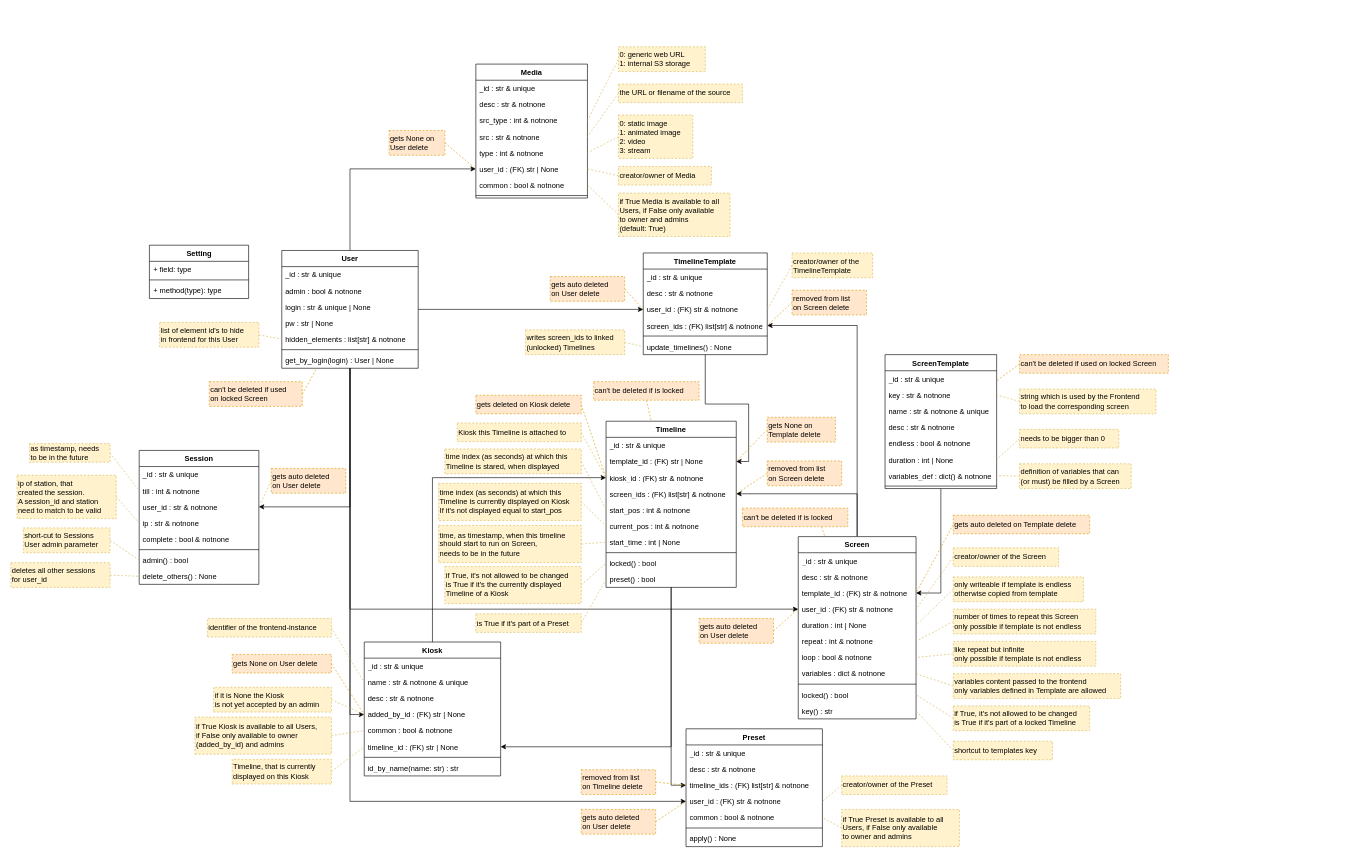
Earlier version of the draw.io diagram docs/elements.drawio (nlptournament/nlpt-kiosk). Source tidied: cells renumbered, new cells numbered last; positions are measured from the earlier drawing's top-left corner, leaving out a move shared by most shapes. Both pictures are drawn from the tidied source at 62%, with x=0, y=0 at pixel (11, 46).
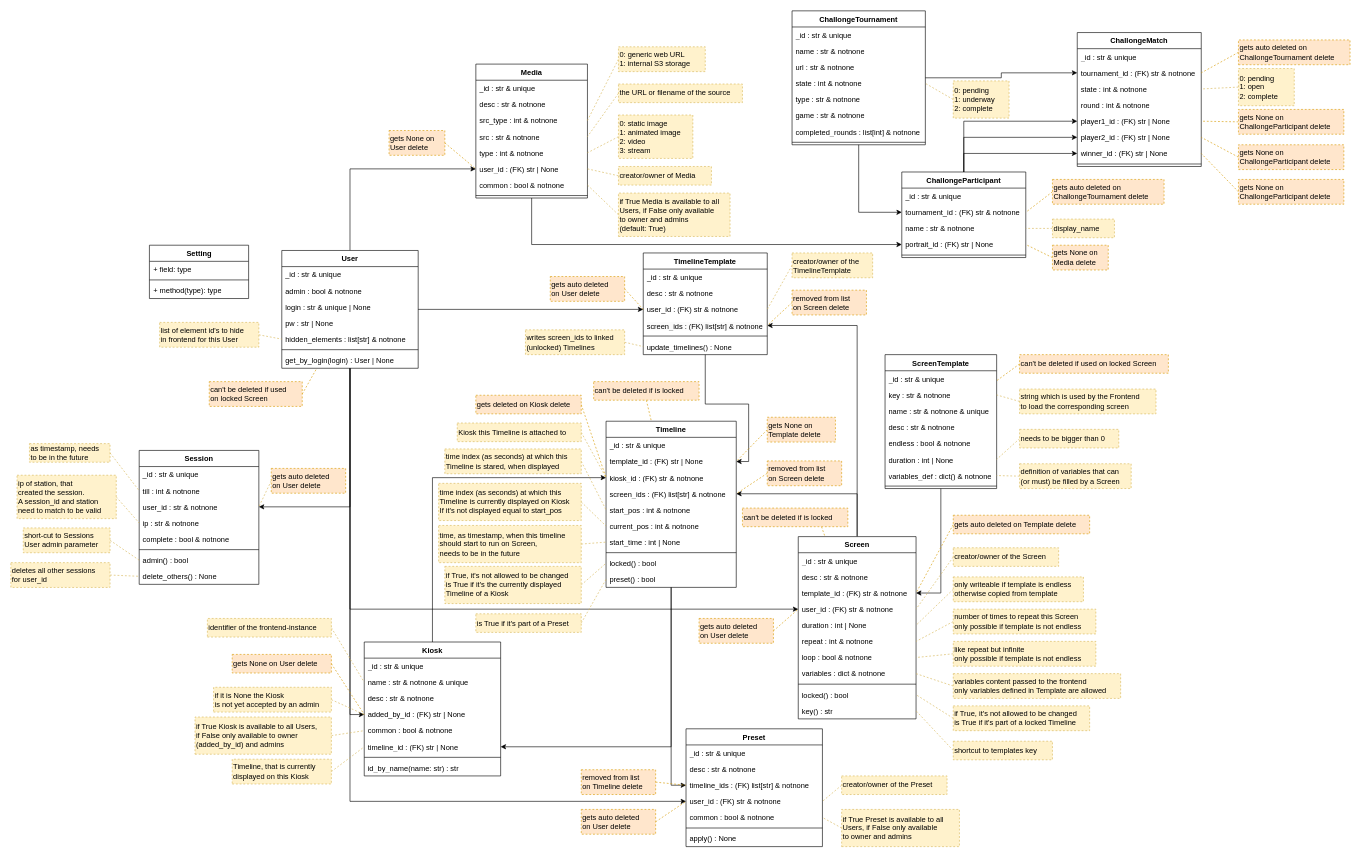
Above is the later version.

Commit message:
Challonge Elements designed

Unchanged cells that the change refers to:
```xml
<mxCell id="178" value="Media" style="swimlane;fontStyle=1;align=center;verticalAlign=top;horizontal=1;startSize=26;whiteSpace=wrap;html=1;" parent="1" vertex="1">
  <mxGeometry x="750" y="27.9" width="180" height="216" as="geometry" />
</mxCell>
```

Diff of the diagram source:
```diff
@@
+    <mxCell id="201" style="edgeStyle=orthogonalEdgeStyle;rounded=0;jettySize=auto;html=1;" parent="1" edge="1" source="178" target="208">
+      <mxGeometry relative="1" as="geometry" />
+    </mxCell>
@@
+    <mxCell id="202" style="edgeStyle=orthogonalEdgeStyle;rounded=0;jettySize=auto;html=1;" parent="1" edge="1" source="204" target="226">
+      <mxGeometry relative="1" as="geometry" />
+    </mxCell>
+    <mxCell id="203" style="edgeStyle=orthogonalEdgeStyle;rounded=0;jettySize=auto;html=1;" parent="1" edge="1" source="204" target="228">
+      <mxGeometry relative="1" as="geometry" />
+    </mxCell>
+    <mxCell id="204" value="ChallongeParticipant" style="swimlane;fontStyle=1;align=center;verticalAlign=top;horizontal=1;startSize=26;whiteSpace=wrap;html=1;" parent="1" vertex="1">
+      <mxGeometry x="1437" y="201.9" width="200" height="138" as="geometry" />
+    </mxCell>
+    <mxCell id="205" value="_id : str &amp;amp; unique" style="text;strokeColor=none;fillColor=none;align=left;verticalAlign=top;spacingLeft=4;spacingRight=4;overflow=hidden;whiteSpace=wrap;html=1;" parent="204" vertex="1">
+      <mxGeometry y="26" width="200" height="26" as="geometry" />
+    </mxCell>
+    <mxCell id="206" value="tournament_id&lt;span style=&quot;background-color: initial;&quot;&gt;&amp;nbsp;: (FK) str &amp;amp; notnone&lt;/span&gt;" style="text;strokeColor=none;fillColor=none;align=left;verticalAlign=top;spacingLeft=4;spacingRight=4;overflow=hidden;points=[[0,0.5],[1,0.5]];portConstraint=eastwest;whiteSpace=wrap;html=1;" parent="204" vertex="1">
+      <mxGeometry y="52" width="200" height="26" as="geometry" />
+    </mxCell>
+    <mxCell id="207" value="&lt;span style=&quot;background-color: initial;&quot;&gt;name : str &amp;amp; notnone&lt;/span&gt;" style="text;strokeColor=none;fillColor=none;align=left;verticalAlign=top;spacingLeft=4;spacingRight=4;overflow=hidden;points=[[0,0.5],[1,0.5]];portConstraint=eastwest;whiteSpace=wrap;html=1;" parent="204" vertex="1">
+      <mxGeometry y="78" width="200" height="26" as="geometry" />
+    </mxCell>
+    <mxCell id="208" value="&lt;span style=&quot;background-color: initial;&quot;&gt;portrait_id : (FK) str | None&lt;/span&gt;" style="text;strokeColor=none;fillColor=none;align=left;verticalAlign=top;spacingLeft=4;spacingRight=4;overflow=hidden;points=[[0,0.5],[1,0.5]];portConstraint=eastwest;whiteSpace=wrap;html=1;" parent="204" vertex="1">
+      <mxGeometry y="104" width="200" height="26" as="geometry" />
+    </mxCell>
+    <mxCell id="209" style="line;strokeWidth=1;fillColor=none;align=left;verticalAlign=middle;spacingTop=-1;spacingLeft=3;spacingRight=3;labelPosition=right;strokeColor=inherit;" parent="204" vertex="1">
+      <mxGeometry y="130" width="200" height="8" as="geometry" />
+    </mxCell>
+    <mxCell id="210" style="edgeStyle=orthogonalEdgeStyle;rounded=0;jettySize=auto;html=1;" parent="1" edge="1" source="212" target="206">
+      <mxGeometry relative="1" as="geometry" />
+    </mxCell>
+    <mxCell id="211" style="edgeStyle=orthogonalEdgeStyle;rounded=0;jettySize=auto;html=1;" parent="1" edge="1" source="212" target="223">
+      <mxGeometry relative="1" as="geometry" />
+    </mxCell>
+    <mxCell id="212" value="ChallongeTournament" style="swimlane;fontStyle=1;align=center;verticalAlign=top;horizontal=1;startSize=26;whiteSpace=wrap;html=1;" parent="1" vertex="1">
+      <mxGeometry x="1260" y="-58" width="215" height="216" as="geometry" />
+    </mxCell>
+    <mxCell id="213" value="_id : str &amp;amp; unique" style="text;strokeColor=none;fillColor=none;align=left;verticalAlign=top;spacingLeft=4;spacingRight=4;overflow=hidden;whiteSpace=wrap;html=1;" parent="212" vertex="1">
+      <mxGeometry y="26" width="215" height="26" as="geometry" />
+    </mxCell>
+    <mxCell id="214" value="name : str &amp;amp; notnone" style="text;strokeColor=none;fillColor=none;align=left;verticalAlign=top;spacingLeft=4;spacingRight=4;overflow=hidden;whiteSpace=wrap;html=1;" parent="212" vertex="1">
+      <mxGeometry y="52" width="215" height="26" as="geometry" />
+    </mxCell>
+    <mxCell id="215" value="url&lt;span style=&quot;background-color: initial;&quot;&gt;&amp;nbsp;: str &amp;amp; notnone&lt;/span&gt;" style="text;strokeColor=none;fillColor=none;align=left;verticalAlign=top;spacingLeft=4;spacingRight=4;overflow=hidden;whiteSpace=wrap;html=1;" parent="212" vertex="1">
+      <mxGeometry y="78" width="215" height="26" as="geometry" />
+    </mxCell>
+    <mxCell id="216" value="&lt;span style=&quot;background-color: initial;&quot;&gt;state : int &amp;amp; notnone&lt;/span&gt;" style="text;strokeColor=none;fillColor=none;align=left;verticalAlign=top;spacingLeft=4;spacingRight=4;overflow=hidden;points=[[0,0.5],[1,0.5]];portConstraint=eastwest;whiteSpace=wrap;html=1;" parent="212" vertex="1">
+      <mxGeometry y="104" width="215" height="26" as="geometry" />
+    </mxCell>
+    <mxCell id="217" value="&lt;span style=&quot;background-color: initial;&quot;&gt;type : str &amp;amp; notnone&lt;/span&gt;" style="text;strokeColor=none;fillColor=none;align=left;verticalAlign=top;spacingLeft=4;spacingRight=4;overflow=hidden;whiteSpace=wrap;html=1;" parent="212" vertex="1">
+      <mxGeometry y="130" width="215" height="26" as="geometry" />
+    </mxCell>
+    <mxCell id="218" value="&lt;span style=&quot;background-color: initial;&quot;&gt;game : str &amp;amp; notnone&lt;/span&gt;" style="text;strokeColor=none;fillColor=none;align=left;verticalAlign=top;spacingLeft=4;spacingRight=4;overflow=hidden;whiteSpace=wrap;html=1;" parent="212" vertex="1">
+      <mxGeometry y="156" width="215" height="26" as="geometry" />
+    </mxCell>
+    <mxCell id="219" value="&lt;span style=&quot;background-color: initial;&quot;&gt;completed_rounds : list[int] &amp;amp; notnone&lt;/span&gt;" style="text;strokeColor=none;fillColor=none;align=left;verticalAlign=top;spacingLeft=4;spacingRight=4;overflow=hidden;whiteSpace=wrap;html=1;" parent="212" vertex="1">
+      <mxGeometry y="182" width="215" height="26" as="geometry" />
+    </mxCell>
+    <mxCell id="220" style="line;strokeWidth=1;fillColor=none;align=left;verticalAlign=middle;spacingTop=-1;spacingLeft=3;spacingRight=3;labelPosition=right;strokeColor=inherit;" parent="212" vertex="1">
+      <mxGeometry y="208" width="215" height="8" as="geometry" />
+    </mxCell>
+    <mxCell id="221" value="ChallongeMatch" style="swimlane;fontStyle=1;align=center;verticalAlign=top;horizontal=1;startSize=26;whiteSpace=wrap;html=1;" parent="1" vertex="1">
+      <mxGeometry x="1720" y="-23" width="200" height="216" as="geometry" />
+    </mxCell>
+    <mxCell id="222" value="_id : str &amp;amp; unique" style="text;strokeColor=none;fillColor=none;align=left;verticalAlign=top;spacingLeft=4;spacingRight=4;overflow=hidden;whiteSpace=wrap;html=1;" parent="221" vertex="1">
+      <mxGeometry y="26" width="200" height="26" as="geometry" />
+    </mxCell>
+    <mxCell id="223" value="tournament_id&lt;span style=&quot;background-color: initial;&quot;&gt;&amp;nbsp;: (FK) str &amp;amp; notnone&lt;/span&gt;" style="text;strokeColor=none;fillColor=none;align=left;verticalAlign=top;spacingLeft=4;spacingRight=4;overflow=hidden;points=[[0,0.5],[1,0.5]];portConstraint=eastwest;whiteSpace=wrap;html=1;" parent="221" vertex="1">
+      <mxGeometry y="52" width="200" height="26" as="geometry" />
+    </mxCell>
+    <mxCell id="224" value="state : int &amp;amp; notnone" style="text;strokeColor=none;fillColor=none;align=left;verticalAlign=top;spacingLeft=4;spacingRight=4;overflow=hidden;points=[[0,0.5],[1,0.5]];portConstraint=eastwest;whiteSpace=wrap;html=1;" parent="221" vertex="1">
+      <mxGeometry y="78" width="200" height="26" as="geometry" />
+    </mxCell>
+    <mxCell id="225" value="round : int &amp;amp; notnone" style="text;strokeColor=none;fillColor=none;align=left;verticalAlign=top;spacingLeft=4;spacingRight=4;overflow=hidden;whiteSpace=wrap;html=1;" parent="221" vertex="1">
+      <mxGeometry y="104" width="200" height="26" as="geometry" />
+    </mxCell>
+    <mxCell id="226" value="player1_id : (FK) str | None" style="text;strokeColor=none;fillColor=none;align=left;verticalAlign=top;spacingLeft=4;spacingRight=4;overflow=hidden;points=[[0,0.5],[1,0.5]];portConstraint=eastwest;whiteSpace=wrap;html=1;" parent="221" vertex="1">
+      <mxGeometry y="130" width="200" height="26" as="geometry" />
+    </mxCell>
+    <mxCell id="227" value="player2_id : (FK) str | None" style="text;strokeColor=none;fillColor=none;align=left;verticalAlign=top;spacingLeft=4;spacingRight=4;overflow=hidden;points=[[0,0.5],[1,0.5]];portConstraint=eastwest;whiteSpace=wrap;html=1;" parent="221" vertex="1">
+      <mxGeometry y="156" width="200" height="26" as="geometry" />
+    </mxCell>
+    <mxCell id="228" value="winner_id : (FK) str | None" style="text;strokeColor=none;fillColor=none;align=left;verticalAlign=top;spacingLeft=4;spacingRight=4;overflow=hidden;points=[[0,0.5],[1,0.5]];portConstraint=eastwest;whiteSpace=wrap;html=1;" parent="221" vertex="1">
+      <mxGeometry y="182" width="200" height="26" as="geometry" />
+    </mxCell>
+    <mxCell id="229" style="line;strokeWidth=1;fillColor=none;align=left;verticalAlign=middle;spacingTop=-1;spacingLeft=3;spacingRight=3;labelPosition=right;strokeColor=inherit;" parent="221" vertex="1">
+      <mxGeometry y="208" width="200" height="8" as="geometry" />
+    </mxCell>
+    <mxCell id="230" style="rounded=0;jettySize=auto;html=1;exitX=0;exitY=0.5;exitDx=0;exitDy=0;entryX=1;entryY=0.5;entryDx=0;entryDy=0;dashed=1;endArrow=none;endFill=0;fillColor=#fff2cc;strokeColor=#d6b656;" parent="1" edge="1" source="231" target="207">
+      <mxGeometry relative="1" as="geometry" />
+    </mxCell>
+    <mxCell id="231" value="&lt;div&gt;display_name&lt;/div&gt;" style="rounded=0;whiteSpace=wrap;html=1;fillColor=#fff2cc;strokeColor=#d6b656;dashed=1;align=left;verticalAlign=middle;horizontal=1;labelPosition=center;verticalLabelPosition=middle;" parent="1" vertex="1">
+      <mxGeometry x="1680" y="277.9" width="100" height="30" as="geometry" />
+    </mxCell>
+    <mxCell id="232" style="edgeStyle=orthogonalEdgeStyle;rounded=0;jettySize=auto;html=1;" parent="1" edge="1" source="204" target="227">
+      <mxGeometry relative="1" as="geometry" />
+    </mxCell>
+    <mxCell id="233" style="rounded=0;jettySize=auto;html=1;exitX=0;exitY=0.5;exitDx=0;exitDy=0;entryX=1;entryY=0.5;entryDx=0;entryDy=0;dashed=1;fillColor=#ffe6cc;strokeColor=#d79b00;endArrow=none;endFill=0;" parent="1" edge="1" source="234" target="208">
+      <mxGeometry relative="1" as="geometry" />
+    </mxCell>
+    <mxCell id="234" value="gets None on&lt;br&gt;Media delete" style="rounded=0;whiteSpace=wrap;html=1;fillColor=#ffe6cc;strokeColor=#d79b00;dashed=1;align=left;verticalAlign=middle;horizontal=1;labelPosition=center;verticalLabelPosition=middle;" parent="1" vertex="1">
+      <mxGeometry x="1680" y="320" width="90" height="40" as="geometry" />
+    </mxCell>
+    <mxCell id="235" style="rounded=0;jettySize=auto;html=1;exitX=0;exitY=0.5;exitDx=0;exitDy=0;entryX=1;entryY=0.5;entryDx=0;entryDy=0;dashed=1;endArrow=none;endFill=0;fillColor=#ffe6cc;strokeColor=#d79b00;" parent="1" edge="1" source="236" target="206">
+      <mxGeometry relative="1" as="geometry" />
+    </mxCell>
+    <mxCell id="236" value="gets auto deleted on&lt;div&gt;ChallongeTournament delete&lt;/div&gt;" style="rounded=0;whiteSpace=wrap;html=1;fillColor=#ffe6cc;strokeColor=#d79b00;dashed=1;align=left;verticalAlign=middle;horizontal=1;labelPosition=center;verticalLabelPosition=middle;" parent="1" vertex="1">
+      <mxGeometry x="1680" y="213.9" width="180" height="40" as="geometry" />
+    </mxCell>
+    <mxCell id="237" style="rounded=0;jettySize=auto;html=1;exitX=0;exitY=0.5;exitDx=0;exitDy=0;entryX=1;entryY=0.5;entryDx=0;entryDy=0;dashed=1;endArrow=none;endFill=0;fillColor=#ffe6cc;strokeColor=#d79b00;" parent="1" edge="1" source="238" target="223">
+      <mxGeometry relative="1" as="geometry" />
+    </mxCell>
+    <mxCell id="238" value="gets auto deleted on&lt;div&gt;ChallongeTournament delete&lt;/div&gt;" style="rounded=0;whiteSpace=wrap;html=1;fillColor=#ffe6cc;strokeColor=#d79b00;dashed=1;align=left;verticalAlign=middle;horizontal=1;labelPosition=center;verticalLabelPosition=middle;flipV=1;" parent="1" vertex="1">
+      <mxGeometry x="1980" y="-11.1" width="180" height="40" as="geometry" />
+    </mxCell>
+    <mxCell id="239" style="rounded=0;jettySize=auto;html=1;exitX=0;exitY=0.5;exitDx=0;exitDy=0;entryX=1;entryY=0.5;entryDx=0;entryDy=0;dashed=1;endArrow=none;endFill=0;fillColor=#ffe6cc;strokeColor=#d79b00;" parent="1" edge="1" source="240" target="228">
+      <mxGeometry relative="1" as="geometry" />
+    </mxCell>
+    <mxCell id="240" value="gets None on&lt;br&gt;ChallongeParticipant delete" style="rounded=0;whiteSpace=wrap;html=1;fillColor=#ffe6cc;strokeColor=#d79b00;dashed=1;align=left;verticalAlign=middle;horizontal=1;labelPosition=center;verticalLabelPosition=middle;flipV=1;" parent="1" vertex="1">
+      <mxGeometry x="1980" y="213.9" width="170" height="40" as="geometry" />
+    </mxCell>
+    <mxCell id="241" style="rounded=0;jettySize=auto;html=1;exitX=0;exitY=0.5;exitDx=0;exitDy=0;entryX=1;entryY=0.5;entryDx=0;entryDy=0;dashed=1;endArrow=none;endFill=0;fillColor=#ffe6cc;strokeColor=#d79b00;" parent="1" edge="1" source="244" target="226">
+      <mxGeometry relative="1" as="geometry" />
+    </mxCell>
+    <mxCell id="242" style="rounded=0;jettySize=auto;html=1;entryX=1;entryY=0.5;entryDx=0;entryDy=0;dashed=1;endArrow=none;endFill=0;fillColor=#ffe6cc;strokeColor=#d79b00;exitX=0;exitY=0.5;exitDx=0;exitDy=0;" parent="1" edge="1" source="243" target="227">
+      <mxGeometry relative="1" as="geometry" />
+    </mxCell>
+    <mxCell id="243" value="gets None on&lt;br&gt;ChallongeParticipant delete" style="rounded=0;whiteSpace=wrap;html=1;fillColor=#ffe6cc;strokeColor=#d79b00;dashed=1;align=left;verticalAlign=middle;horizontal=1;labelPosition=center;verticalLabelPosition=middle;flipV=1;" parent="1" vertex="1">
+      <mxGeometry x="1980" y="158" width="170" height="40" as="geometry" />
+    </mxCell>
+    <mxCell id="244" value="gets None on&lt;br&gt;ChallongeParticipant delete" style="rounded=0;whiteSpace=wrap;html=1;fillColor=#ffe6cc;strokeColor=#d79b00;dashed=1;align=left;verticalAlign=middle;horizontal=1;labelPosition=center;verticalLabelPosition=middle;flipV=1;" parent="1" vertex="1">
+      <mxGeometry x="1980" y="101" width="170" height="40" as="geometry" />
+    </mxCell>
+    <mxCell id="245" style="rounded=0;jettySize=auto;html=1;exitX=0;exitY=0.5;exitDx=0;exitDy=0;entryX=1;entryY=0.5;entryDx=0;entryDy=0;dashed=1;endArrow=none;endFill=0;fillColor=#fff2cc;strokeColor=#d6b656;" parent="1" edge="1" source="246" target="224">
+      <mxGeometry relative="1" as="geometry" />
+    </mxCell>
+    <mxCell id="246" value="&lt;div&gt;0: pending&lt;br&gt;1: open&lt;br&gt;2: complete&lt;/div&gt;" style="rounded=0;whiteSpace=wrap;html=1;fillColor=#fff2cc;strokeColor=#d6b656;dashed=1;align=left;verticalAlign=middle;horizontal=1;labelPosition=center;verticalLabelPosition=middle;" parent="1" vertex="1">
+      <mxGeometry x="1980" y="35" width="90" height="60" as="geometry" />
+    </mxCell>
+    <mxCell id="247" style="rounded=0;jettySize=auto;html=1;exitX=0;exitY=0.5;exitDx=0;exitDy=0;entryX=1;entryY=0.5;entryDx=0;entryDy=0;dashed=1;endArrow=none;endFill=0;fillColor=#fff2cc;strokeColor=#d6b656;" parent="1" edge="1" source="248" target="216">
+      <mxGeometry relative="1" as="geometry" />
+    </mxCell>
+    <mxCell id="248" value="&lt;div&gt;0: pending&lt;br&gt;1: underway&lt;br&gt;2: complete&lt;/div&gt;" style="rounded=0;whiteSpace=wrap;html=1;fillColor=#fff2cc;strokeColor=#d6b656;dashed=1;align=left;verticalAlign=middle;horizontal=1;labelPosition=center;verticalLabelPosition=middle;" parent="1" vertex="1">
+      <mxGeometry x="1520" y="55" width="90" height="60" as="geometry" />
+    </mxCell>
```
